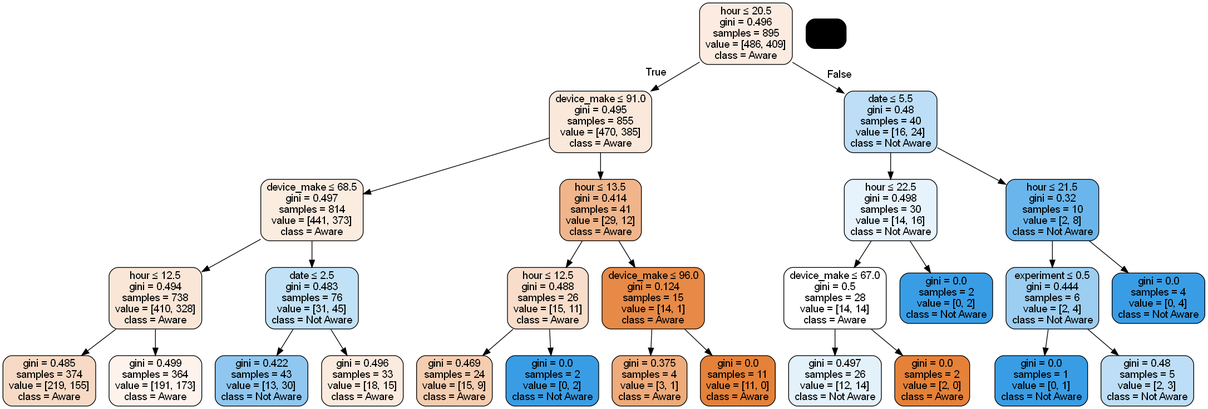
This is notebooks/AbTestDecisionTree.png from 10Academy-B6-W2/Smart-Ads-campaign-performance-analysis, a Graphviz export, as it was before one commit. Its source is kept beside it as notebooks/AbTestDecisionTree.dot. Its diagram source:
```dot
digraph Tree {
node [shape=box, style="filled, rounded", color="black", fontname="helvetica"] ;
edge [fontname="helvetica"] ;
0 [label=<hour &le; 20.5<br/>gini = 0.496<br/>samples = 895<br/>value = [486, 409]<br/>class = Aware>, fillcolor="#fbebe0"] ;
1 [label=<device_make &le; 91.0<br/>gini = 0.495<br/>samples = 855<br/>value = [470, 385]<br/>class = Aware>, fillcolor="#fae8db"] ;
0 -> 1 [labeldistance=2.5, labelangle=45, headlabel="True"] ;
2 [label=<device_make &le; 68.5<br/>gini = 0.497<br/>samples = 814<br/>value = [441, 373]<br/>class = Aware>, fillcolor="#fbece0"] ;
1 -> 2 ;
3 [label=<hour &le; 12.5<br/>gini = 0.494<br/>samples = 738<br/>value = [410, 328]<br/>class = Aware>, fillcolor="#fae6d7"] ;
2 -> 3 ;
4 [label=<gini = 0.485<br/>samples = 374<br/>value = [219, 155]<br/>class = Aware>, fillcolor="#f7dac5"] ;
3 -> 4 ;
5 [label=<gini = 0.499<br/>samples = 364<br/>value = [191, 173]<br/>class = Aware>, fillcolor="#fdf3ec"] ;
3 -> 5 ;
6 [label=<date &le; 2.5<br/>gini = 0.483<br/>samples = 76<br/>value = [31, 45]<br/>class = Not Aware>, fillcolor="#c1e1f7"] ;
2 -> 6 ;
7 [label=<gini = 0.422<br/>samples = 43<br/>value = [13, 30]<br/>class = Not Aware>, fillcolor="#8fc7f0"] ;
6 -> 7 ;
8 [label=<gini = 0.496<br/>samples = 33<br/>value = [18, 15]<br/>class = Aware>, fillcolor="#fbeade"] ;
6 -> 8 ;
9 [label=<hour &le; 13.5<br/>gini = 0.414<br/>samples = 41<br/>value = [29, 12]<br/>class = Aware>, fillcolor="#f0b58b"] ;
1 -> 9 ;
10 [label=<hour &le; 12.5<br/>gini = 0.488<br/>samples = 26<br/>value = [15, 11]<br/>class = Aware>, fillcolor="#f8ddca"] ;
9 -> 10 ;
11 [label=<gini = 0.469<br/>samples = 24<br/>value = [15, 9]<br/>class = Aware>, fillcolor="#f5cdb0"] ;
10 -> 11 ;
12 [label=<gini = 0.0<br/>samples = 2<br/>value = [0, 2]<br/>class = Not Aware>, fillcolor="#399de5"] ;
10 -> 12 ;
13 [label=<device_make &le; 96.0<br/>gini = 0.124<br/>samples = 15<br/>value = [14, 1]<br/>class = Aware>, fillcolor="#e78a47"] ;
9 -> 13 ;
14 [label=<gini = 0.375<br/>samples = 4<br/>value = [3, 1]<br/>class = Aware>, fillcolor="#eeab7b"] ;
13 -> 14 ;
15 [label=<gini = 0.0<br/>samples = 11<br/>value = [11, 0]<br/>class = Aware>, fillcolor="#e58139"] ;
13 -> 15 ;
16 [label=<date &le; 5.5<br/>gini = 0.48<br/>samples = 40<br/>value = [16, 24]<br/>class = Not Aware>, fillcolor="#bddef6"] ;
0 -> 16 [labeldistance=2.5, labelangle=-45, headlabel="False"] ;
17 [label=<hour &le; 22.5<br/>gini = 0.498<br/>samples = 30<br/>value = [14, 16]<br/>class = Not Aware>, fillcolor="#e6f3fc"] ;
16 -> 17 ;
18 [label=<device_make &le; 67.0<br/>gini = 0.5<br/>samples = 28<br/>value = [14, 14]<br/>class = Aware>, fillcolor="#ffffff"] ;
17 -> 18 ;
19 [label=<gini = 0.497<br/>samples = 26<br/>value = [12, 14]<br/>class = Not Aware>, fillcolor="#e3f1fb"] ;
18 -> 19 ;
20 [label=<gini = 0.0<br/>samples = 2<br/>value = [2, 0]<br/>class = Aware>, fillcolor="#e58139"] ;
18 -> 20 ;
21 [label=<gini = 0.0<br/>samples = 2<br/>value = [0, 2]<br/>class = Not Aware>, fillcolor="#399de5"] ;
17 -> 21 ;
22 [label=<hour &le; 21.5<br/>gini = 0.32<br/>samples = 10<br/>value = [2, 8]<br/>class = Not Aware>, fillcolor="#6ab6ec"] ;
16 -> 22 ;
23 [label=<experiment &le; 0.5<br/>gini = 0.444<br/>samples = 6<br/>value = [2, 4]<br/>class = Not Aware>, fillcolor="#9ccef2"] ;
22 -> 23 ;
24 [label=<gini = 0.0<br/>samples = 1<br/>value = [0, 1]<br/>class = Not Aware>, fillcolor="#399de5"] ;
23 -> 24 ;
25 [label=<gini = 0.48<br/>samples = 5<br/>value = [2, 3]<br/>class = Not Aware>, fillcolor="#bddef6"] ;
23 -> 25 ;
26 [label=<gini = 0.0<br/>samples = 4<br/>value = [0, 4]<br/>class = Not Aware>, fillcolor="#399de5"] ;
22 -> 26 ;
}
```
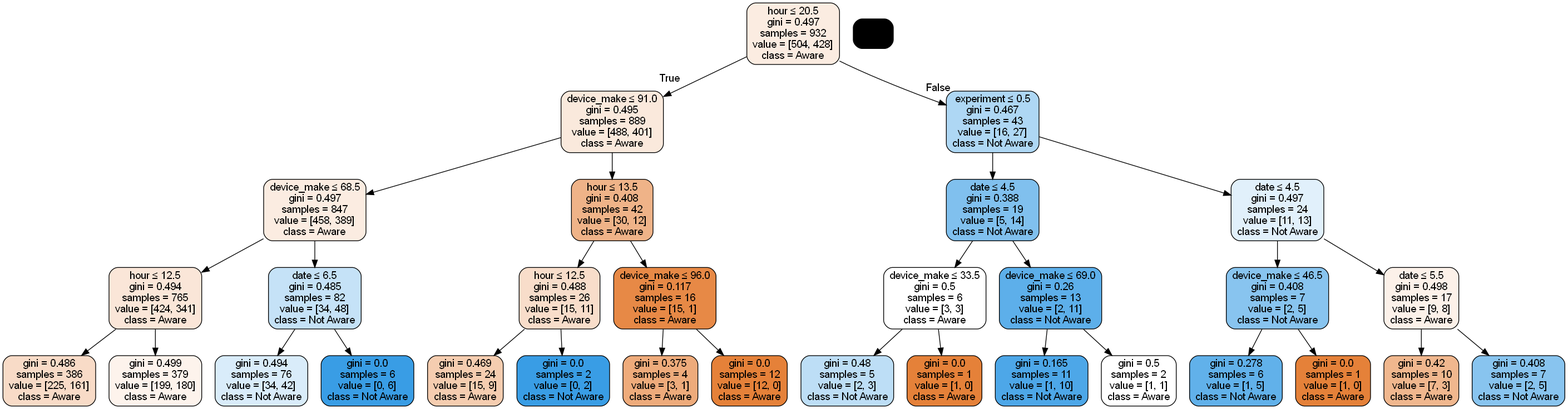
After the change.

The edit, as a diff of the source:
```diff
@@ -1,24 +1,24 @@
 digraph Tree {
 node [shape=box, style="filled, rounded", color="black", fontname="helvetica"] ;
 edge [fontname="helvetica"] ;
-0 [label=<hour &le; 20.5<br/>gini = 0.496<br/>samples = 895<br/>value = [486, 409]<br/>class = Aware>, fillcolor="#fbebe0"] ;
-1 [label=<device_make &le; 91.0<br/>gini = 0.495<br/>samples = 855<br/>value = [470, 385]<br/>class = Aware>, fillcolor="#fae8db"] ;
+0 [label=<hour &le; 20.5<br/>gini = 0.497<br/>samples = 932<br/>value = [504, 428]<br/>class = Aware>, fillcolor="#fbece1"] ;
+1 [label=<device_make &le; 91.0<br/>gini = 0.495<br/>samples = 889<br/>value = [488, 401]<br/>class = Aware>, fillcolor="#fae9dc"] ;
 0 -> 1 [labeldistance=2.5, labelangle=45, headlabel="True"] ;
-2 [label=<device_make &le; 68.5<br/>gini = 0.497<br/>samples = 814<br/>value = [441, 373]<br/>class = Aware>, fillcolor="#fbece0"] ;
+2 [label=<device_make &le; 68.5<br/>gini = 0.497<br/>samples = 847<br/>value = [458, 389]<br/>class = Aware>, fillcolor="#fbece1"] ;
 1 -> 2 ;
-3 [label=<hour &le; 12.5<br/>gini = 0.494<br/>samples = 738<br/>value = [410, 328]<br/>class = Aware>, fillcolor="#fae6d7"] ;
+3 [label=<hour &le; 12.5<br/>gini = 0.494<br/>samples = 765<br/>value = [424, 341]<br/>class = Aware>, fillcolor="#fae6d8"] ;
 2 -> 3 ;
-4 [label=<gini = 0.485<br/>samples = 374<br/>value = [219, 155]<br/>class = Aware>, fillcolor="#f7dac5"] ;
+4 [label=<gini = 0.486<br/>samples = 386<br/>value = [225, 161]<br/>class = Aware>, fillcolor="#f8dbc7"] ;
 3 -> 4 ;
-5 [label=<gini = 0.499<br/>samples = 364<br/>value = [191, 173]<br/>class = Aware>, fillcolor="#fdf3ec"] ;
+5 [label=<gini = 0.499<br/>samples = 379<br/>value = [199, 180]<br/>class = Aware>, fillcolor="#fdf3ec"] ;
 3 -> 5 ;
-6 [label=<date &le; 2.5<br/>gini = 0.483<br/>samples = 76<br/>value = [31, 45]<br/>class = Not Aware>, fillcolor="#c1e1f7"] ;
+6 [label=<date &le; 6.5<br/>gini = 0.485<br/>samples = 82<br/>value = [34, 48]<br/>class = Not Aware>, fillcolor="#c5e2f7"] ;
 2 -> 6 ;
-7 [label=<gini = 0.422<br/>samples = 43<br/>value = [13, 30]<br/>class = Not Aware>, fillcolor="#8fc7f0"] ;
+7 [label=<gini = 0.494<br/>samples = 76<br/>value = [34, 42]<br/>class = Not Aware>, fillcolor="#d9ecfa"] ;
 6 -> 7 ;
-8 [label=<gini = 0.496<br/>samples = 33<br/>value = [18, 15]<br/>class = Aware>, fillcolor="#fbeade"] ;
+8 [label=<gini = 0.0<br/>samples = 6<br/>value = [0, 6]<br/>class = Not Aware>, fillcolor="#399de5"] ;
 6 -> 8 ;
-9 [label=<hour &le; 13.5<br/>gini = 0.414<br/>samples = 41<br/>value = [29, 12]<br/>class = Aware>, fillcolor="#f0b58b"] ;
+9 [label=<hour &le; 13.5<br/>gini = 0.408<br/>samples = 42<br/>value = [30, 12]<br/>class = Aware>, fillcolor="#efb388"] ;
 1 -> 9 ;
 10 [label=<hour &le; 12.5<br/>gini = 0.488<br/>samples = 26<br/>value = [15, 11]<br/>class = Aware>, fillcolor="#f8ddca"] ;
 9 -> 10 ;
@@ -26,32 +26,40 @@
 10 -> 11 ;
 12 [label=<gini = 0.0<br/>samples = 2<br/>value = [0, 2]<br/>class = Not Aware>, fillcolor="#399de5"] ;
 10 -> 12 ;
-13 [label=<device_make &le; 96.0<br/>gini = 0.124<br/>samples = 15<br/>value = [14, 1]<br/>class = Aware>, fillcolor="#e78a47"] ;
+13 [label=<device_make &le; 96.0<br/>gini = 0.117<br/>samples = 16<br/>value = [15, 1]<br/>class = Aware>, fillcolor="#e78946"] ;
 9 -> 13 ;
 14 [label=<gini = 0.375<br/>samples = 4<br/>value = [3, 1]<br/>class = Aware>, fillcolor="#eeab7b"] ;
 13 -> 14 ;
-15 [label=<gini = 0.0<br/>samples = 11<br/>value = [11, 0]<br/>class = Aware>, fillcolor="#e58139"] ;
+15 [label=<gini = 0.0<br/>samples = 12<br/>value = [12, 0]<br/>class = Aware>, fillcolor="#e58139"] ;
 13 -> 15 ;
-16 [label=<date &le; 5.5<br/>gini = 0.48<br/>samples = 40<br/>value = [16, 24]<br/>class = Not Aware>, fillcolor="#bddef6"] ;
+16 [label=<experiment &le; 0.5<br/>gini = 0.467<br/>samples = 43<br/>value = [16, 27]<br/>class = Not Aware>, fillcolor="#aed7f4"] ;
 0 -> 16 [labeldistance=2.5, labelangle=-45, headlabel="False"] ;
-17 [label=<hour &le; 22.5<br/>gini = 0.498<br/>samples = 30<br/>value = [14, 16]<br/>class = Not Aware>, fillcolor="#e6f3fc"] ;
+17 [label=<date &le; 4.5<br/>gini = 0.388<br/>samples = 19<br/>value = [5, 14]<br/>class = Not Aware>, fillcolor="#80c0ee"] ;
 16 -> 17 ;
-18 [label=<device_make &le; 67.0<br/>gini = 0.5<br/>samples = 28<br/>value = [14, 14]<br/>class = Aware>, fillcolor="#ffffff"] ;
+18 [label=<device_make &le; 33.5<br/>gini = 0.5<br/>samples = 6<br/>value = [3, 3]<br/>class = Aware>, fillcolor="#ffffff"] ;
 17 -> 18 ;
-19 [label=<gini = 0.497<br/>samples = 26<br/>value = [12, 14]<br/>class = Not Aware>, fillcolor="#e3f1fb"] ;
+19 [label=<gini = 0.48<br/>samples = 5<br/>value = [2, 3]<br/>class = Not Aware>, fillcolor="#bddef6"] ;
 18 -> 19 ;
-20 [label=<gini = 0.0<br/>samples = 2<br/>value = [2, 0]<br/>class = Aware>, fillcolor="#e58139"] ;
+20 [label=<gini = 0.0<br/>samples = 1<br/>value = [1, 0]<br/>class = Aware>, fillcolor="#e58139"] ;
 18 -> 20 ;
-21 [label=<gini = 0.0<br/>samples = 2<br/>value = [0, 2]<br/>class = Not Aware>, fillcolor="#399de5"] ;
+21 [label=<device_make &le; 69.0<br/>gini = 0.26<br/>samples = 13<br/>value = [2, 11]<br/>class = Not Aware>, fillcolor="#5dafea"] ;
 17 -> 21 ;
-22 [label=<hour &le; 21.5<br/>gini = 0.32<br/>samples = 10<br/>value = [2, 8]<br/>class = Not Aware>, fillcolor="#6ab6ec"] ;
-16 -> 22 ;
-23 [label=<experiment &le; 0.5<br/>gini = 0.444<br/>samples = 6<br/>value = [2, 4]<br/>class = Not Aware>, fillcolor="#9ccef2"] ;
-22 -> 23 ;
-24 [label=<gini = 0.0<br/>samples = 1<br/>value = [0, 1]<br/>class = Not Aware>, fillcolor="#399de5"] ;
-23 -> 24 ;
-25 [label=<gini = 0.48<br/>samples = 5<br/>value = [2, 3]<br/>class = Not Aware>, fillcolor="#bddef6"] ;
-23 -> 25 ;
-26 [label=<gini = 0.0<br/>samples = 4<br/>value = [0, 4]<br/>class = Not Aware>, fillcolor="#399de5"] ;
-22 -> 26 ;
+22 [label=<gini = 0.165<br/>samples = 11<br/>value = [1, 10]<br/>class = Not Aware>, fillcolor="#4da7e8"] ;
+21 -> 22 ;
+23 [label=<gini = 0.5<br/>samples = 2<br/>value = [1, 1]<br/>class = Aware>, fillcolor="#ffffff"] ;
+21 -> 23 ;
+24 [label=<date &le; 4.5<br/>gini = 0.497<br/>samples = 24<br/>value = [11, 13]<br/>class = Not Aware>, fillcolor="#e1f0fb"] ;
+16 -> 24 ;
+25 [label=<device_make &le; 46.5<br/>gini = 0.408<br/>samples = 7<br/>value = [2, 5]<br/>class = Not Aware>, fillcolor="#88c4ef"] ;
+24 -> 25 ;
+26 [label=<gini = 0.278<br/>samples = 6<br/>value = [1, 5]<br/>class = Not Aware>, fillcolor="#61b1ea"] ;
+25 -> 26 ;
+27 [label=<gini = 0.0<br/>samples = 1<br/>value = [1, 0]<br/>class = Aware>, fillcolor="#e58139"] ;
+25 -> 27 ;
+28 [label=<date &le; 5.5<br/>gini = 0.498<br/>samples = 17<br/>value = [9, 8]<br/>class = Aware>, fillcolor="#fcf1e9"] ;
+24 -> 28 ;
+29 [label=<gini = 0.42<br/>samples = 10<br/>value = [7, 3]<br/>class = Aware>, fillcolor="#f0b78e"] ;
+28 -> 29 ;
+30 [label=<gini = 0.408<br/>samples = 7<br/>value = [2, 5]<br/>class = Not Aware>, fillcolor="#88c4ef"] ;
+28 -> 30 ;
 }
```
